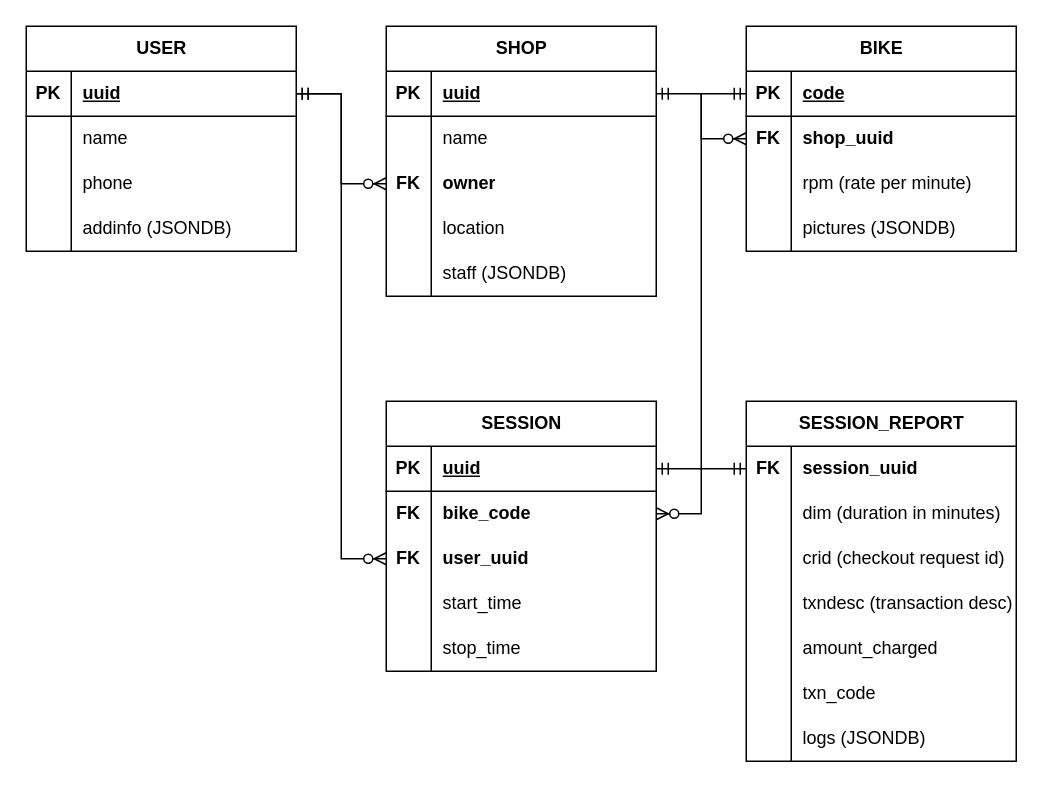
Before: db-schema.drawio in barasapeter/SPEEDY, a draw.io diagram. Source tidied: cells renumbered, new cells numbered last; positions are measured from the earlier drawing's top-left corner, leaving out a move shared by most shapes. Both pictures are drawn from the tidied source at 150%, with x=0, y=0 at pixel (26, 26).
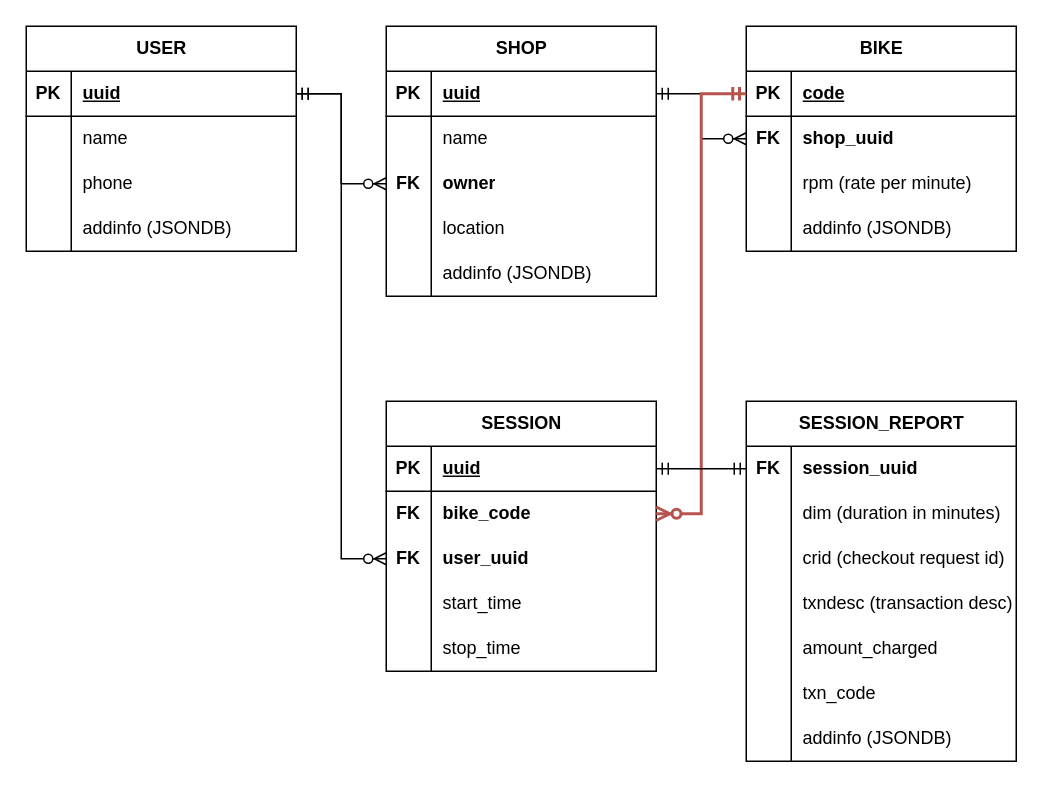
The same diagram, later.

Unchanged cells that the change refers to:
```xml
<mxCell id="15" style="shape=tableRow;horizontal=0;startSize=0;swimlaneHead=0;swimlaneBody=0;fillColor=none;top=0;left=0;right=0;bottom=0;" parent="2" vertex="1">
  <mxGeometry y="150" width="180" height="30" as="geometry" />
</mxCell>
<mxCell id="32" style="shape=tableRow;horizontal=0;startSize=0;swimlaneHead=0;swimlaneBody=0;fillColor=none;points=[[0,0.5],[1,0.5]];portConstraint=eastwest;top=0;left=0;right=0;bottom=1;" parent="31" vertex="1">
  <mxGeometry y="30" width="180" height="30" as="geometry" />
</mxCell>
<mxCell id="41" style="shape=tableRow;horizontal=0;startSize=0;swimlaneHead=0;swimlaneBody=0;fillColor=none;top=0;left=0;right=0;bottom=0;" parent="31" vertex="1">
  <mxGeometry y="120" width="180" height="30" as="geometry" />
</mxCell>
<mxCell id="50" style="shape=tableRow;horizontal=0;startSize=0;swimlaneHead=0;swimlaneBody=0;fillColor=none;points=[[0,0.5],[1,0.5]];portConstraint=eastwest;top=0;left=0;right=0;bottom=0;" parent="46" vertex="1">
  <mxGeometry y="60" width="180" height="30" as="geometry" />
</mxCell>
<mxCell id="82" style="shape=tableRow;horizontal=0;startSize=0;swimlaneHead=0;swimlaneBody=0;fillColor=none;top=0;left=0;right=0;bottom=0;" parent="63" vertex="1">
  <mxGeometry y="210" width="180" height="30" as="geometry" />
</mxCell>
```

What changed in the source:
```diff
@@
-    <mxCell id="17" value="staff (JSONDB)" style="shape=partialRectangle;fillColor=none;top=0;left=0;bottom=0;right=0;align=left;spacingLeft=6;overflow=hidden;whiteSpace=wrap;html=1;" parent="15" vertex="1">
+    <mxCell id="17" value="addinfo (JSONDB)" style="shape=partialRectangle;fillColor=none;top=0;left=0;bottom=0;right=0;align=left;spacingLeft=6;overflow=hidden;whiteSpace=wrap;html=1;" parent="15" vertex="1">
       <mxGeometry x="30" width="150" height="30" as="geometry" />
     </mxCell>
@@
-    <mxCell id="43" value="pictures (JSONDB)" style="shape=partialRectangle;fillColor=none;top=0;left=0;bottom=0;right=0;align=left;spacingLeft=6;overflow=hidden;whiteSpace=wrap;html=1;" parent="41" vertex="1">
+    <mxCell id="43" value="addinfo (JSONDB)" style="shape=partialRectangle;fillColor=none;top=0;left=0;bottom=0;right=0;align=left;spacingLeft=6;overflow=hidden;whiteSpace=wrap;html=1;" parent="41" vertex="1">
       <mxGeometry x="30" width="150" height="30" as="geometry" />
     </mxCell>
@@
-    <mxCell id="62" style="edgeStyle=entityRelationEdgeStyle;fontSize=12;html=1;endArrow=ERzeroToMany;startArrow=ERmandOne;rounded=0;" parent="1" edge="1" source="32" target="50">
+    <mxCell id="62" style="edgeStyle=entityRelationEdgeStyle;fontSize=12;html=1;endArrow=ERzeroToMany;startArrow=ERmandOne;rounded=0;fillColor=#f8cecc;strokeColor=#b85450;strokeWidth=2;" parent="1" edge="1" source="32" target="50">
       <mxGeometry relative="1" as="geometry" />
     </mxCell>
@@
-    <mxCell id="84" value="logs (JSONDB)" style="shape=partialRectangle;fillColor=none;top=0;left=0;bottom=0;right=0;align=left;spacingLeft=6;overflow=hidden;whiteSpace=wrap;html=1;" parent="82" vertex="1">
+    <mxCell id="84" value="addinfo (JSONDB)" style="shape=partialRectangle;fillColor=none;top=0;left=0;bottom=0;right=0;align=left;spacingLeft=6;overflow=hidden;whiteSpace=wrap;html=1;" parent="82" vertex="1">
       <mxGeometry x="30" width="150" height="30" as="geometry" />
     </mxCell>
```
